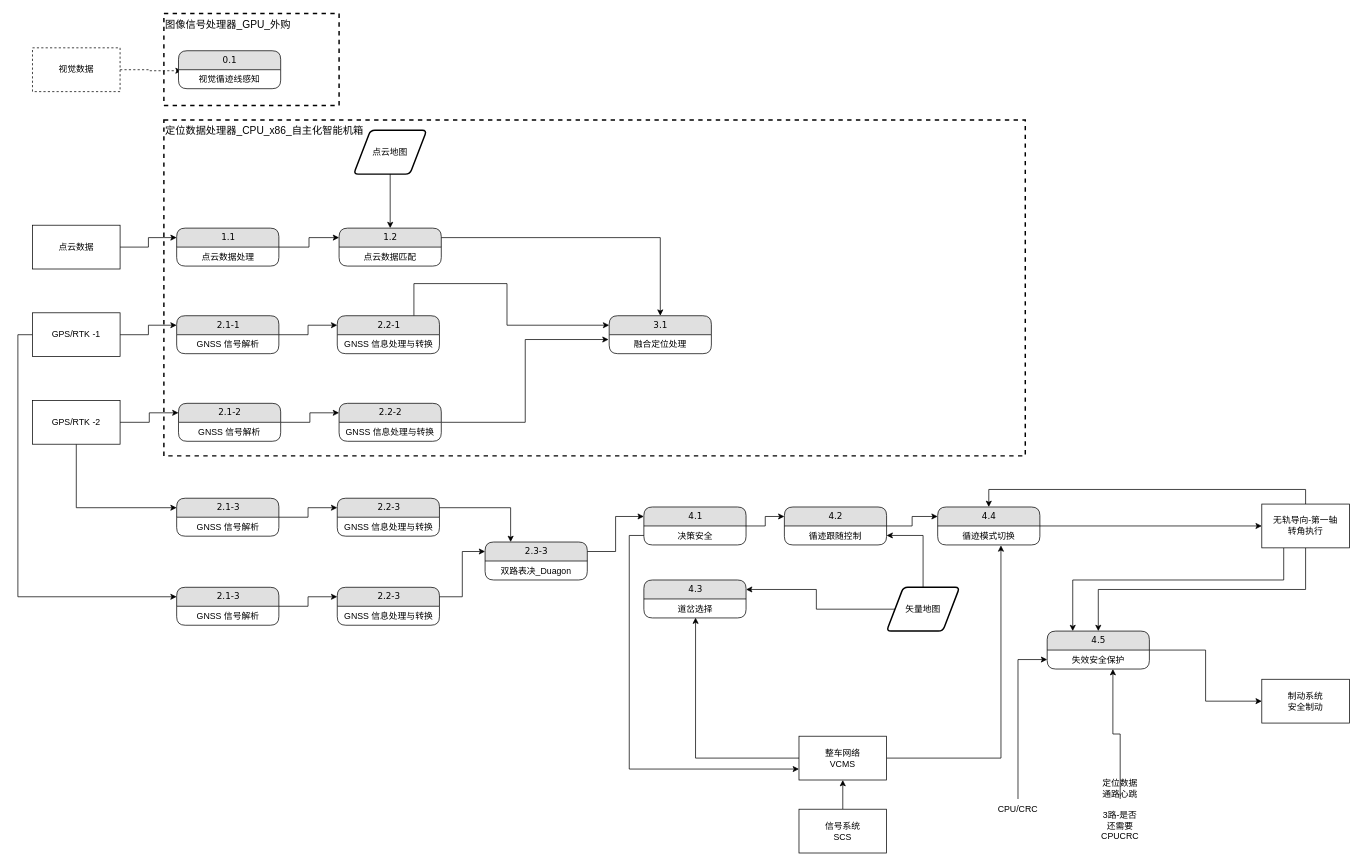
Above: page "数据流" (2 of 2) of 马来循迹控制_SIL2方案.drawio in FrankWong-cs/SharingwithColleagues (draw.io), before the change. Source tidied: cells renumbered, new cells numbered last; positions are measured from the earlier drawing's top-left corner, leaving out a move shared by most shapes. Both pictures are drawn from the tidied source at 73%, with x=0, y=0 at pixel (32, 13).
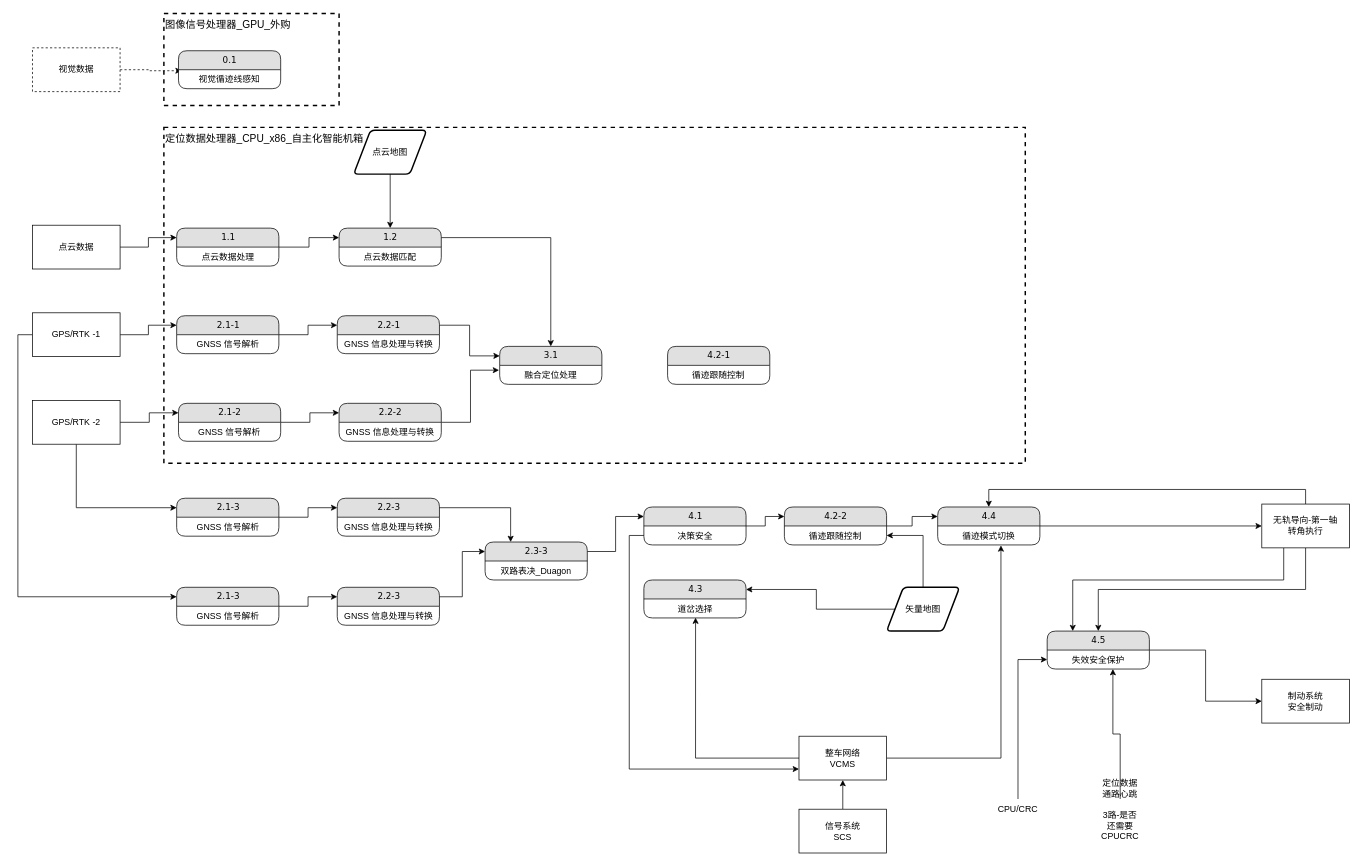
Above is the later version.

Commit message:
Update 马来循迹控制_SIL2方案.drawio

The change refers to these unchanged cells:
```xml
<mxCell id="32" value="2.2-1" style="swimlane;html=1;fontStyle=0;horizontal=1;startSize=26;fillColor=#e0e0e0;swimlaneFillColor=#ffffff;align=center;rounded=1;shadow=0;comic=0;labelBackgroundColor=none;strokeWidth=1;fontFamily=Verdana;fontSize=12;" parent="1" vertex="1">
  <mxGeometry x="417.5" y="414" width="140" height="52" as="geometry" />
</mxCell>
```

What changed in the source:
```diff
@@
     <mxCell id="3" value="定位数据处理器_CPU_x86_自主化智能机箱" style="rounded=0;whiteSpace=wrap;html=1;fillColor=none;dashed=1;strokeWidth=2;align=left;verticalAlign=top;fontSize=14;" parent="1" vertex="1">
-      <mxGeometry x="180" y="146" width="1180" height="460" as="geometry" />
+      <mxGeometry x="180" y="156" width="1180" height="460" as="geometry" />
     </mxCell>
@@
-    <mxCell id="31" style="edgeStyle=orthogonalEdgeStyle;rounded=0;jettySize=auto;html=1;exitX=0.75;exitY=0;exitDx=0;exitDy=0;entryX=0;entryY=0.25;entryDx=0;entryDy=0;" parent="1" edge="1" source="32" target="34">
-      <mxGeometry relative="1" as="geometry">
-        <Array as="points">
-          <mxPoint x="523" y="370" />
-          <mxPoint x="650" y="370" />
-        </Array>
-      </mxGeometry>
+    <mxCell id="31" style="edgeStyle=orthogonalEdgeStyle;rounded=0;jettySize=auto;html=1;exitX=1;exitY=0.25;exitDx=0;exitDy=0;entryX=0;entryY=0.25;entryDx=0;entryDy=0;" parent="1" edge="1" source="32" target="34">
+      <mxGeometry relative="1" as="geometry" />
     </mxCell>
@@
     <mxCell id="34" value="3.1" style="swimlane;html=1;fontStyle=0;horizontal=1;startSize=26;fillColor=#e0e0e0;swimlaneFillColor=#ffffff;align=center;rounded=1;shadow=0;comic=0;labelBackgroundColor=none;strokeWidth=1;fontFamily=Verdana;fontSize=12;" parent="1" vertex="1">
-      <mxGeometry x="790" y="414" width="140" height="52" as="geometry" />
+      <mxGeometry x="640" y="456" width="140" height="52" as="geometry" />
     </mxCell>
@@
-    <mxCell id="45" value="4.2" style="swimlane;html=1;fontStyle=0;horizontal=1;startSize=26;fillColor=#e0e0e0;swimlaneFillColor=#ffffff;align=center;rounded=1;shadow=0;comic=0;labelBackgroundColor=none;strokeWidth=1;fontFamily=Verdana;fontSize=12;" parent="1" vertex="1">
+    <mxCell id="45" value="4.2-2" style="swimlane;html=1;fontStyle=0;horizontal=1;startSize=26;fillColor=#e0e0e0;swimlaneFillColor=#ffffff;align=center;rounded=1;shadow=0;comic=0;labelBackgroundColor=none;strokeWidth=1;fontFamily=Verdana;fontSize=12;" parent="1" vertex="1">
       <mxGeometry x="1030" y="676" width="140" height="52" as="geometry" />
     </mxCell>
@@
+    <mxCell id="86" value="4.2-1" style="swimlane;html=1;fontStyle=0;horizontal=1;startSize=26;fillColor=#e0e0e0;swimlaneFillColor=#ffffff;align=center;rounded=1;shadow=0;comic=0;labelBackgroundColor=none;strokeWidth=1;fontFamily=Verdana;fontSize=12;" parent="1" vertex="1">
+      <mxGeometry x="870" y="456" width="140" height="52" as="geometry" />
+    </mxCell>
+    <mxCell id="87" value="循迹跟随控制" style="text;html=1;strokeColor=none;fillColor=none;spacingLeft=4;spacingRight=4;whiteSpace=wrap;overflow=hidden;align=center;" parent="86" vertex="1">
+      <mxGeometry y="26" width="140" height="26" as="geometry" />
+    </mxCell>
```
